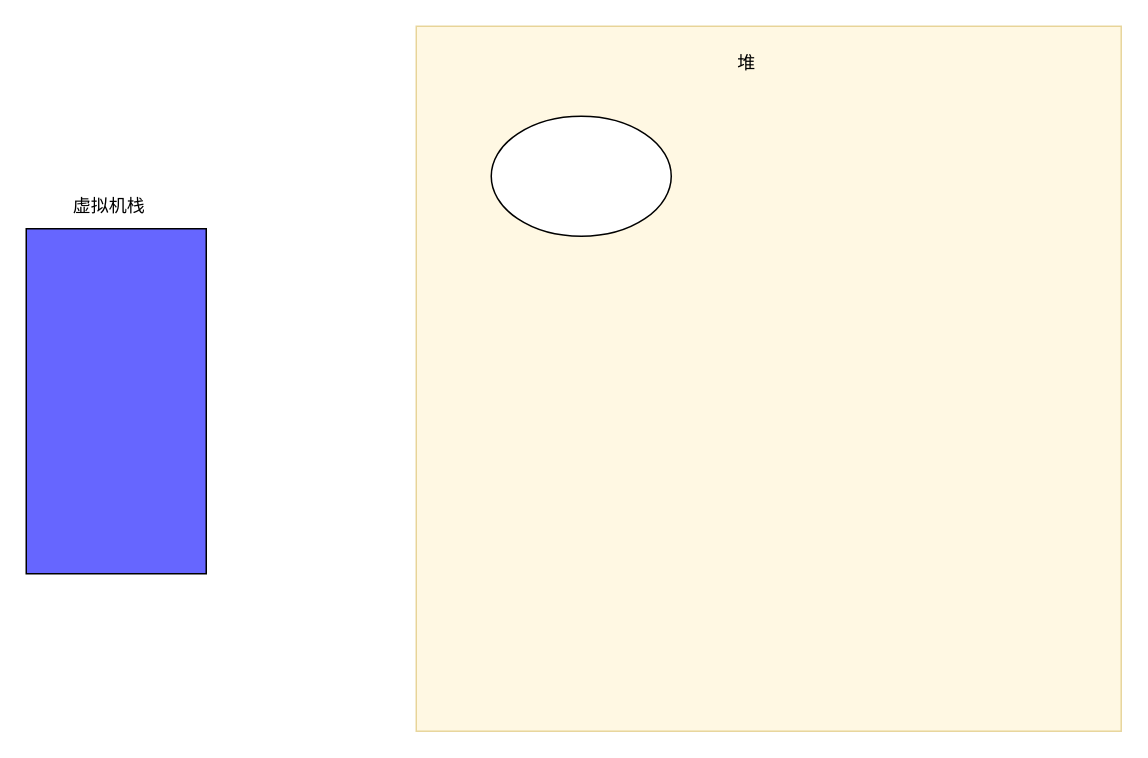
rapheallong/DHTCrawler keeps this draw.io diagram as stringtable.drawio. Above is the earlier version. Source tidied: cells renumbered, new cells numbered last; positions are measured from the earlier drawing's top-left corner, leaving out a move shared by most shapes. Both pictures are drawn from the tidied source at 150%, with x=0, y=0 at pixel (26, 26).
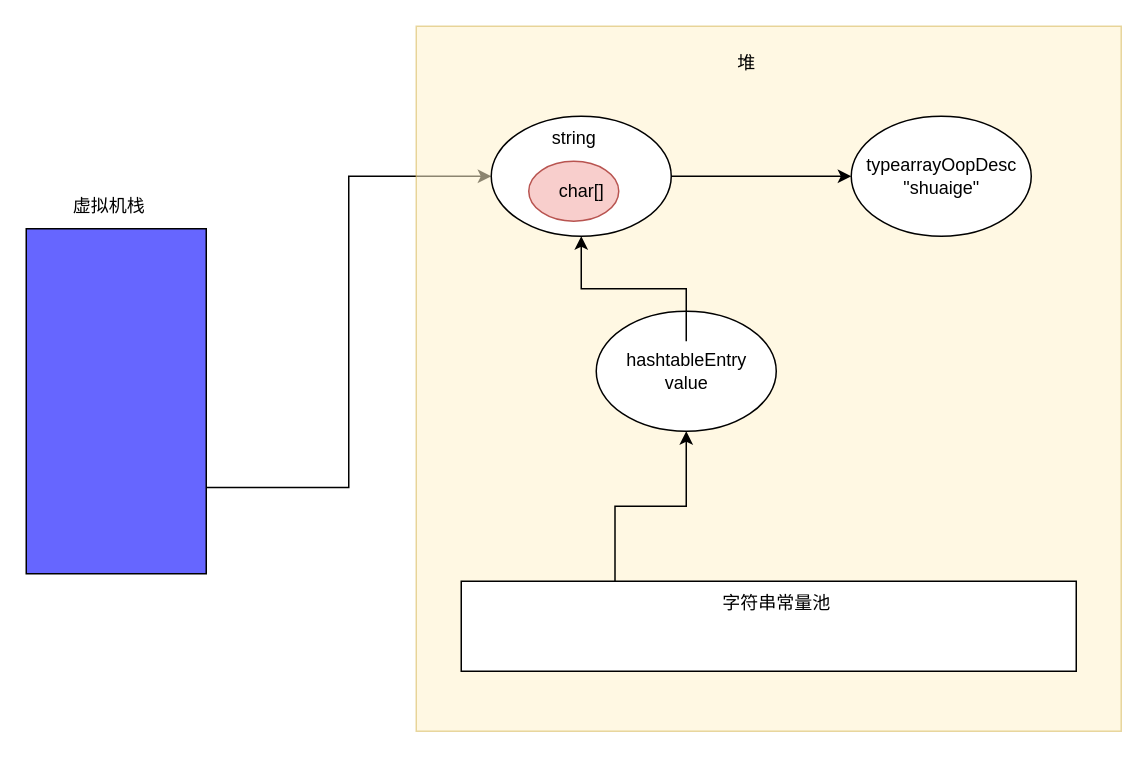
The same diagram, later.

What changed in the source:
```diff
@@
 <mxGraphModel>
   <root>
     <mxCell id="0" />
     <mxCell id="1" parent="0" />
+    <mxCell id="7" style="edgeStyle=orthogonalEdgeStyle;rounded=0;jettySize=auto;html=1;exitX=1;exitY=0.75;exitDx=0;exitDy=0;entryX=0;entryY=0.5;entryDx=0;entryDy=0;" parent="1" edge="1" source="2" target="5">
+      <mxGeometry relative="1" as="geometry" />
+    </mxCell>
     <mxCell id="2" style="rounded=0;whiteSpace=wrap;html=1;fillColor=#6666FF;" parent="1" vertex="1">
       <mxGeometry y="135" width="120" height="230" as="geometry" />
     </mxCell>
     <mxCell id="3" value="虚拟机栈" style="text;html=1;align=center;verticalAlign=middle;strokeColor=none;fillColor=none;" parent="1" vertex="1">
       <mxGeometry x="20" y="105" width="70" height="30" as="geometry" />
     </mxCell>
     <mxCell id="4" style="whiteSpace=wrap;html=1;fillColor=#fff2cc;strokeColor=#d6b656;opacity=55;" parent="1" vertex="1">
       <mxGeometry x="260" width="470" height="470" as="geometry" />
     </mxCell>
+    <mxCell id="8" style="edgeStyle=orthogonalEdgeStyle;rounded=0;jettySize=auto;html=1;" parent="1" edge="1" source="5" target="13">
+      <mxGeometry relative="1" as="geometry" />
+    </mxCell>
     <mxCell id="5" style="ellipse;whiteSpace=wrap;html=1;" parent="1" vertex="1">
       <mxGeometry x="310" y="60" width="120" height="80" as="geometry" />
     </mxCell>
     <mxCell id="6" value="堆" style="text;html=1;align=center;verticalAlign=middle;strokeColor=none;fillColor=none;" parent="1" vertex="1">
       <mxGeometry x="460" y="10" width="40" height="30" as="geometry" />
     </mxCell>
+    <mxCell id="9" value="string" style="text;html=1;align=center;verticalAlign=middle;strokeColor=none;fillColor=none;" parent="1" vertex="1">
+      <mxGeometry x="340" y="60" width="50" height="30" as="geometry" />
+    </mxCell>
+    <mxCell id="10" style="ellipse;whiteSpace=wrap;html=1;fillColor=#f8cecc;strokeColor=#b85450;" parent="1" vertex="1">
+      <mxGeometry x="335" y="90" width="60" height="40" as="geometry" />
+    </mxCell>
+    <mxCell id="11" value="char[]" style="text;html=1;align=center;verticalAlign=middle;strokeColor=none;fillColor=none;" parent="1" vertex="1">
+      <mxGeometry x="345" y="95" width="50" height="30" as="geometry" />
+    </mxCell>
+    <mxCell id="12" style="ellipse;whiteSpace=wrap;html=1;" parent="1" vertex="1">
+      <mxGeometry x="550" y="60" width="120" height="80" as="geometry" />
+    </mxCell>
+    <mxCell id="13" value="&lt;div&gt;typearrayOopDesc&lt;/div&gt;&lt;div&gt;&quot;shuaige&quot;&lt;br&gt;&lt;/div&gt;" style="text;html=1;align=center;verticalAlign=middle;points=[];strokeColor=none;fillColor=none;" parent="1" vertex="1">
+      <mxGeometry x="550" y="80" width="120" height="40" as="geometry" />
+    </mxCell>
+    <mxCell id="14" style="ellipse;whiteSpace=wrap;html=1;" parent="1" vertex="1">
+      <mxGeometry x="380" y="190" width="120" height="80" as="geometry" />
+    </mxCell>
+    <mxCell id="15" style="edgeStyle=orthogonalEdgeStyle;rounded=0;jettySize=auto;html=1;entryX=0.5;entryY=1;entryDx=0;entryDy=0;" parent="1" edge="1" source="16" target="5">
+      <mxGeometry relative="1" as="geometry" />
+    </mxCell>
+    <mxCell id="16" value="&lt;div&gt;hashtableEntry&lt;/div&gt;&lt;div&gt;value&lt;br&gt;&lt;/div&gt;" style="text;html=1;align=center;verticalAlign=middle;points=[];strokeColor=none;fillColor=none;" parent="1" vertex="1">
+      <mxGeometry x="390" y="210" width="100" height="40" as="geometry" />
+    </mxCell>
+    <mxCell id="17" style="edgeStyle=orthogonalEdgeStyle;rounded=0;jettySize=auto;html=1;exitX=0.25;exitY=0;exitDx=0;exitDy=0;entryX=0.5;entryY=1;entryDx=0;entryDy=0;" parent="1" edge="1" source="18" target="14">
+      <mxGeometry relative="1" as="geometry" />
+    </mxCell>
+    <mxCell id="18" style="rounded=0;whiteSpace=wrap;html=1;" parent="1" vertex="1">
+      <mxGeometry x="290" y="370" width="410" height="60" as="geometry" />
+    </mxCell>
+    <mxCell id="19" value="字符串常量池" style="text;html=1;align=center;verticalAlign=middle;strokeColor=none;fillColor=none;" parent="1" vertex="1">
+      <mxGeometry x="450" y="370" width="100" height="30" as="geometry" />
+    </mxCell>
   </root>
 </mxGraphModel>
```
